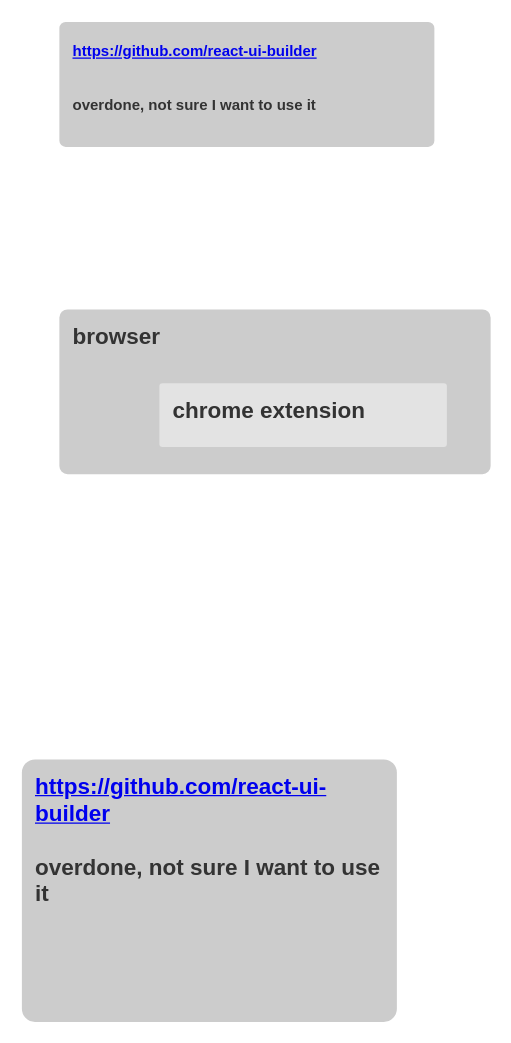
This is page "react ui builder research" (4 of 7) of theme-tracking.drawio from umamiMike/technical-mess-diagrams, a draw.io file, before an edit. Source tidied: cells renumbered, new cells numbered last; positions are measured from the earlier drawing's top-left corner, leaving out a move shared by most shapes. Both pictures are drawn from the tidied source at 125%, with x=0, y=0 at pixel (21, 21).
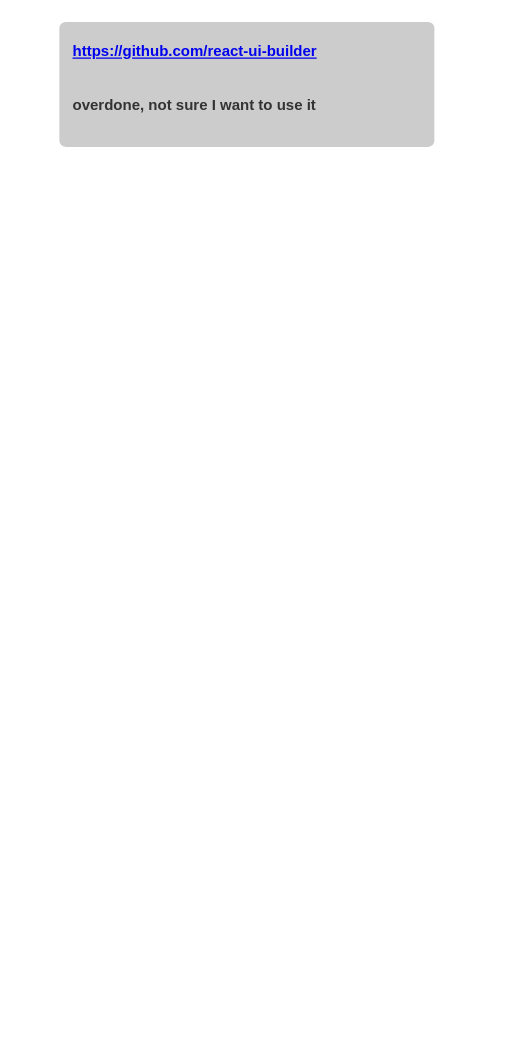
The same page after the edit.

The edit, as a diff of the source:
```diff
@@
 <mxGraphModel>
   <root>
     <mxCell id="0" />
     <mxCell id="1" parent="0" />
     <mxCell id="2" value="&lt;font style=&quot;font-size: 12px&quot;&gt;&lt;a href=&quot;https://github.com/react-ui-builder&quot;&gt;https://github.com/react-ui-builder&lt;/a&gt;&lt;br&gt;&lt;br&gt;overdone, not sure I want to use it&lt;/font&gt;" style="rounded=1;whiteSpace=wrap;html=1;fontStyle=1;arcSize=5;align=left;verticalAlign=top;spacingLeft=9;spacingTop=5;fontSize=18;fontColor=#333333;strokeColor=none;fillColor=#CCCCCC;" parent="1" vertex="1">
       <mxGeometry x="30" width="300" height="100" as="geometry" />
     </mxCell>
-    <mxCell id="3" value="&lt;a href=&quot;https://github.com/react-ui-builder&quot;&gt;https://github.com/react-ui-builder&lt;/a&gt;&lt;br&gt;&lt;br&gt;overdone, not sure I want to use it" style="rounded=1;whiteSpace=wrap;html=1;fontStyle=1;arcSize=5;align=left;verticalAlign=top;spacingLeft=9;spacingTop=5;fontSize=18;fontColor=#333333;strokeColor=none;fillColor=#CCCCCC;" parent="1" vertex="1">
-      <mxGeometry y="590" width="300" height="210" as="geometry" />
-    </mxCell>
-    <mxCell id="4" value="browser" style="rounded=1;whiteSpace=wrap;html=1;fontStyle=1;arcSize=5;align=left;verticalAlign=top;spacingLeft=9;spacingTop=5;fontSize=18;fontColor=#333333;strokeColor=none;fillColor=#CCCCCC;" parent="1" vertex="1">
-      <mxGeometry x="30" y="230" width="345" height="131.9" as="geometry" />
-    </mxCell>
-    <mxCell id="5" value="chrome extension" style="rounded=1;whiteSpace=wrap;html=1;fontStyle=1;arcSize=5;align=left;verticalAlign=top;spacingLeft=9;spacingTop=5;fontSize=18;fontColor=#333333;strokeColor=none;fillColor=#E3E3E3;" parent="4" vertex="1">
-      <mxGeometry x="80" y="59.1" width="230" height="50.9" as="geometry" />
-    </mxCell>
   </root>
 </mxGraphModel>
```
